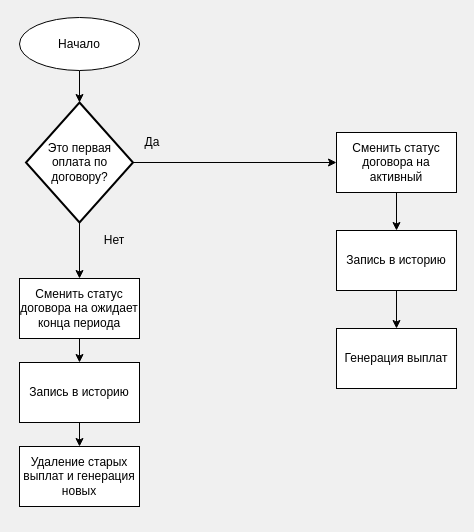
This is page "Поступила оплата" (2 of 3) of Диаграмма без названия.drawio from AntonLeontev/24-7-365-schemas, a draw.io file, before an edit. Source tidied: cells renumbered, new cells numbered last; positions are measured from the earlier drawing's top-left corner, leaving out a move shared by most shapes. Both pictures are drawn from the tidied source at 100%, with x=0, y=0 at pixel (19, 17).
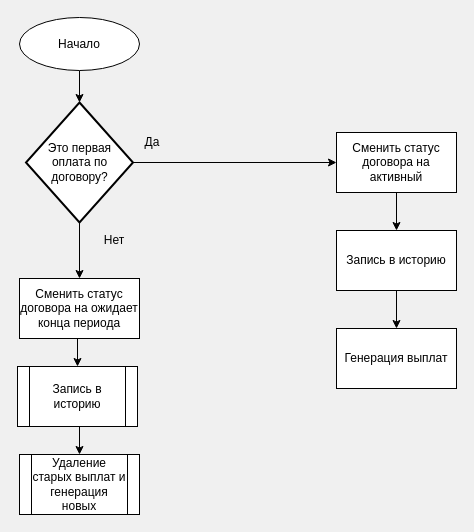
The same page after the edit.

Diff of the diagram source:
```diff
@@
 <mxGraphModel background="#F0F0F0">
   <root>
     <mxCell id="0" />
     <mxCell id="1" parent="0" />
     <mxCell id="2" style="edgeStyle=orthogonalEdgeStyle;rounded=0;jettySize=auto;html=1;exitX=0.5;exitY=1;exitDx=0;exitDy=0;entryX=0.5;entryY=0;entryDx=0;entryDy=0;entryPerimeter=0;" parent="1" edge="1" source="3" target="6">
       <mxGeometry relative="1" as="geometry" />
     </mxCell>
     <mxCell id="3" value="Начало" style="ellipse;whiteSpace=wrap;html=1;" parent="1" vertex="1">
       <mxGeometry width="120" height="53" as="geometry" />
     </mxCell>
     <mxCell id="4" style="edgeStyle=orthogonalEdgeStyle;rounded=0;jettySize=auto;html=1;exitX=1;exitY=0.5;exitDx=0;exitDy=0;exitPerimeter=0;entryX=0;entryY=0.5;entryDx=0;entryDy=0;" parent="1" edge="1" source="6" target="10">
       <mxGeometry relative="1" as="geometry" />
     </mxCell>
     <mxCell id="5" style="edgeStyle=orthogonalEdgeStyle;rounded=0;jettySize=auto;html=1;exitX=0.5;exitY=1;exitDx=0;exitDy=0;exitPerimeter=0;entryX=0.5;entryY=0;entryDx=0;entryDy=0;" parent="1" edge="1" source="6" target="15">
       <mxGeometry relative="1" as="geometry" />
     </mxCell>
     <mxCell id="6" value="Это первая оплата по договору?" style="strokeWidth=2;html=1;shape=mxgraph.flowchart.decision;whiteSpace=wrap;" parent="1" vertex="1">
       <mxGeometry x="6.5" y="85" width="107" height="120" as="geometry" />
     </mxCell>
     <mxCell id="7" value="&lt;div&gt;Да&lt;/div&gt;" style="text;html=1;strokeColor=none;fillColor=none;align=center;verticalAlign=middle;whiteSpace=wrap;rounded=0;" parent="1" vertex="1">
       <mxGeometry x="118" y="115" width="30" height="20" as="geometry" />
     </mxCell>
     <mxCell id="8" value="&lt;div&gt;Нет&lt;/div&gt;" style="text;html=1;strokeColor=none;fillColor=none;align=center;verticalAlign=middle;whiteSpace=wrap;rounded=0;" parent="1" vertex="1">
       <mxGeometry x="80" y="213" width="30" height="20" as="geometry" />
     </mxCell>
     <mxCell id="9" style="edgeStyle=orthogonalEdgeStyle;rounded=0;jettySize=auto;html=1;exitX=0.5;exitY=1;exitDx=0;exitDy=0;entryX=0.5;entryY=0;entryDx=0;entryDy=0;" parent="1" edge="1" source="10" target="12">
       <mxGeometry relative="1" as="geometry" />
     </mxCell>
     <mxCell id="10" value="Сменить статус договора на активный" style="rounded=0;whiteSpace=wrap;html=1;" parent="1" vertex="1">
       <mxGeometry x="317" y="115" width="120" height="60" as="geometry" />
     </mxCell>
     <mxCell id="11" style="edgeStyle=orthogonalEdgeStyle;rounded=0;jettySize=auto;html=1;exitX=0.5;exitY=1;exitDx=0;exitDy=0;entryX=0.5;entryY=0;entryDx=0;entryDy=0;" parent="1" edge="1" source="12" target="13">
       <mxGeometry relative="1" as="geometry" />
     </mxCell>
     <mxCell id="12" value="Запись в историю" style="rounded=0;whiteSpace=wrap;html=1;" parent="1" vertex="1">
       <mxGeometry x="317" y="213" width="120" height="60" as="geometry" />
     </mxCell>
     <mxCell id="13" value="Генерация выплат" style="rounded=0;whiteSpace=wrap;html=1;" parent="1" vertex="1">
       <mxGeometry x="317" y="311" width="120" height="60" as="geometry" />
     </mxCell>
     <mxCell id="14" style="edgeStyle=orthogonalEdgeStyle;rounded=0;jettySize=auto;html=1;exitX=0.5;exitY=1;exitDx=0;exitDy=0;entryX=0.5;entryY=0;entryDx=0;entryDy=0;" parent="1" edge="1" source="15" target="17">
       <mxGeometry relative="1" as="geometry" />
     </mxCell>
     <mxCell id="15" value="Сменить статус договора на ожидает конца периода" style="rounded=0;whiteSpace=wrap;html=1;" parent="1" vertex="1">
       <mxGeometry y="261" width="120" height="60" as="geometry" />
     </mxCell>
-    <mxCell id="16" style="edgeStyle=orthogonalEdgeStyle;rounded=0;jettySize=auto;html=1;exitX=0.5;exitY=1;exitDx=0;exitDy=0;" parent="1" edge="1" source="17" target="18">
+    <mxCell id="16" style="edgeStyle=orthogonalEdgeStyle;rounded=0;jettySize=auto;html=1;exitX=0.5;exitY=1;exitDx=0;exitDy=0;entryX=0.5;entryY=0;entryDx=0;entryDy=0;" parent="1" edge="1" source="17" target="18">
       <mxGeometry relative="1" as="geometry" />
     </mxCell>
-    <mxCell id="17" value="Запись в историю" style="rounded=0;whiteSpace=wrap;html=1;" parent="1" vertex="1">
-      <mxGeometry y="345" width="120" height="60" as="geometry" />
+    <mxCell id="17" value="Запись в историю" style="shape=process;whiteSpace=wrap;html=1;backgroundOutline=1;" parent="1" vertex="1">
+      <mxGeometry x="-2" y="349" width="120" height="60" as="geometry" />
     </mxCell>
-    <mxCell id="18" value="Удаление старых выплат и генерация новых" style="rounded=0;whiteSpace=wrap;html=1;" parent="1" vertex="1">
-      <mxGeometry y="429" width="120" height="60" as="geometry" />
+    <mxCell id="18" value="Удаление старых выплат и генерация новых" style="shape=process;whiteSpace=wrap;html=1;backgroundOutline=1;" parent="1" vertex="1">
+      <mxGeometry y="437" width="120" height="60" as="geometry" />
     </mxCell>
   </root>
 </mxGraphModel>
```
